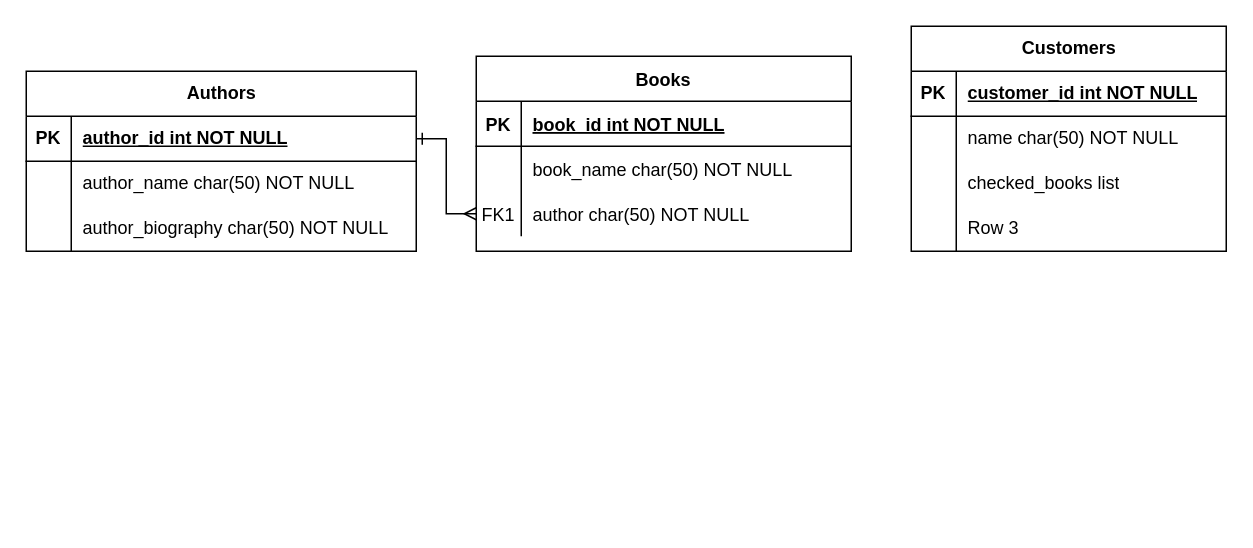
The draw.io diagram Bookhaven-Database.drawio in tkulkarni13/Assignment-Database-Fundamentals, before the edit. Source tidied: cells renumbered, new cells numbered last; positions are measured from the earlier drawing's top-left corner, leaving out a move shared by most shapes. Both pictures are drawn from the tidied source at 150%, with x=0, y=0 at pixel (26, 26).
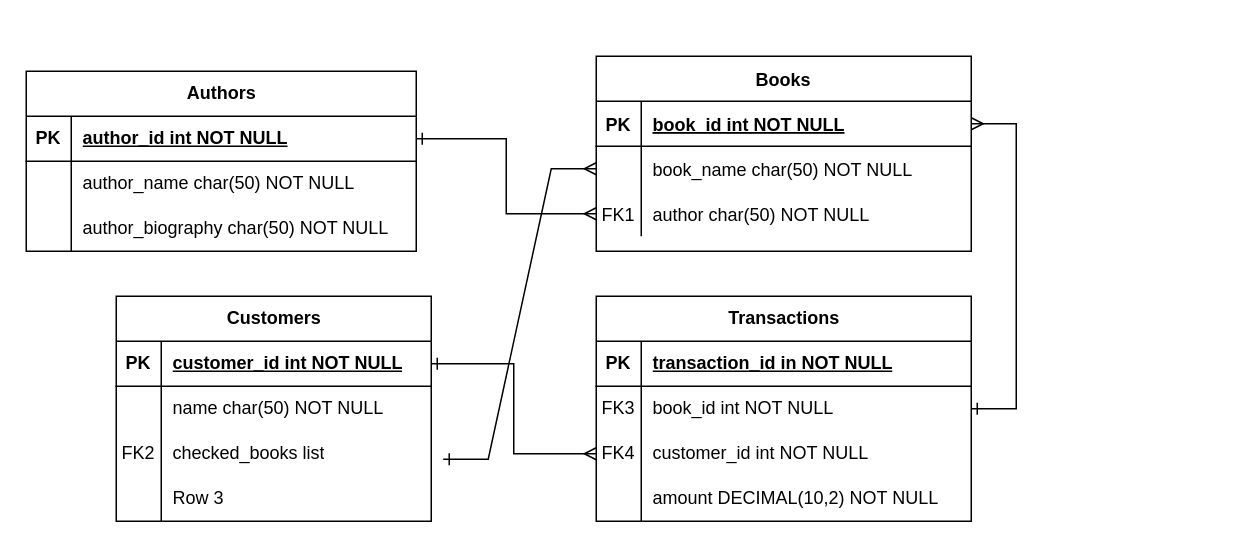
The same page after the edit.

The change refers to these unchanged cells:
```xml
<mxCell id="3" style="shape=partialRectangle;fillColor=none;points=[[0,0.5],[1,0.5]];portConstraint=eastwest;top=0;left=0;right=0;bottom=1;" parent="2" vertex="1">
  <mxGeometry y="30" width="250" height="30" as="geometry" />
</mxCell>
<mxCell id="6" style="shape=partialRectangle;fillColor=none;points=[[0,0.5],[1,0.5]];portConstraint=eastwest;top=0;left=0;right=0;bottom=0;" parent="2" vertex="1">
  <mxGeometry y="60" width="250" height="30" as="geometry" />
</mxCell>
<mxCell id="24" style="shape=tableRow;horizontal=0;startSize=0;swimlaneHead=0;swimlaneBody=0;fillColor=none;points=[[0,0.5],[1,0.5]];portConstraint=eastwest;top=0;left=0;right=0;bottom=1;" parent="23" vertex="1">
  <mxGeometry y="30" width="210" height="30" as="geometry" />
</mxCell>
<mxCell id="30" style="shape=tableRow;horizontal=0;startSize=0;swimlaneHead=0;swimlaneBody=0;fillColor=none;points=[[0,0.5],[1,0.5]];portConstraint=eastwest;top=0;left=0;right=0;bottom=0;" parent="23" vertex="1">
  <mxGeometry y="90" width="210" height="30" as="geometry" />
</mxCell>
```

The edit, as a diff of the source:
```diff
@@
     <mxCell id="2" value="Books" style="shape=table;startSize=30;childLayout=tableLayout;rowLines=0;fontStyle=1;align=center;" parent="1" vertex="1">
-      <mxGeometry x="300" y="20" width="250" height="130" as="geometry" />
+      <mxGeometry x="380" y="20" width="250" height="130" as="geometry" />
     </mxCell>
@@
     <mxCell id="23" value="Customers" style="shape=table;startSize=30;childLayout=tableLayout;rowLines=0;fontStyle=1;align=center;html=1;" parent="1" vertex="1">
-      <mxGeometry x="590" width="210" height="150" as="geometry" />
+      <mxGeometry x="60" y="180" width="210" height="150" as="geometry" />
     </mxCell>
@@
-    <mxCell id="31" style="shape=partialRectangle;fillColor=none;top=0;left=0;bottom=0;right=0;overflow=hidden;whiteSpace=wrap;html=1;" parent="30" vertex="1">
+    <mxCell id="31" value="FK2" style="shape=partialRectangle;fillColor=none;top=0;left=0;bottom=0;right=0;overflow=hidden;whiteSpace=wrap;html=1;" parent="30" vertex="1">
       <mxGeometry width="30" height="30" as="geometry" />
     </mxCell>
@@
+    <mxCell id="36" style="edgeStyle=entityRelationEdgeStyle;fontSize=12;html=1;endArrow=ERmany;rounded=0;entryX=0;entryY=0.5;entryDx=0;entryDy=0;exitX=1.038;exitY=0.622;exitDx=0;exitDy=0;exitPerimeter=0;startArrow=ERone;startFill=0;endFill=0;" parent="1" edge="1" source="30" target="6">
+      <mxGeometry relative="1" as="geometry">
+        <Array as="points">
+          <mxPoint x="290" y="130" />
+        </Array>
+      </mxGeometry>
+    </mxCell>
+    <mxCell id="37" value="Transactions" style="shape=table;startSize=30;childLayout=tableLayout;rowLines=0;fontStyle=1;align=center;html=1;" parent="1" vertex="1">
+      <mxGeometry x="380" y="180" width="250" height="150" as="geometry" />
+    </mxCell>
+    <mxCell id="38" style="shape=tableRow;horizontal=0;startSize=0;swimlaneHead=0;swimlaneBody=0;fillColor=none;top=0;left=0;right=0;bottom=1;" parent="37" vertex="1">
+      <mxGeometry y="30" width="250" height="30" as="geometry" />
+    </mxCell>
+    <mxCell id="39" value="PK" style="shape=partialRectangle;fillColor=none;top=0;left=0;bottom=0;right=0;fontStyle=1;overflow=hidden;whiteSpace=wrap;html=1;" parent="38" vertex="1">
+      <mxGeometry width="30" height="30" as="geometry" />
+    </mxCell>
+    <mxCell id="40" value="transaction_id in NOT NULL" style="shape=partialRectangle;fillColor=none;top=0;left=0;bottom=0;right=0;align=left;spacingLeft=6;fontStyle=5;overflow=hidden;whiteSpace=wrap;html=1;" parent="38" vertex="1">
+      <mxGeometry x="30" width="220" height="30" as="geometry" />
+    </mxCell>
+    <mxCell id="41" style="shape=tableRow;horizontal=0;startSize=0;swimlaneHead=0;swimlaneBody=0;fillColor=none;points=[[0,0.5],[1,0.5]];portConstraint=eastwest;top=0;left=0;right=0;bottom=0;" parent="37" vertex="1">
+      <mxGeometry y="60" width="250" height="30" as="geometry" />
+    </mxCell>
+    <mxCell id="42" value="FK3" style="shape=partialRectangle;fillColor=none;top=0;left=0;bottom=0;right=0;overflow=hidden;whiteSpace=wrap;html=1;" parent="41" vertex="1">
+      <mxGeometry width="30" height="30" as="geometry" />
+    </mxCell>
+    <mxCell id="43" value="book_id int NOT NULL" style="shape=partialRectangle;fillColor=none;top=0;left=0;bottom=0;right=0;align=left;spacingLeft=6;overflow=hidden;whiteSpace=wrap;html=1;" parent="41" vertex="1">
+      <mxGeometry x="30" width="220" height="30" as="geometry" />
+    </mxCell>
+    <mxCell id="44" style="shape=tableRow;horizontal=0;startSize=0;swimlaneHead=0;swimlaneBody=0;fillColor=none;points=[[0,0.5],[1,0.5]];portConstraint=eastwest;top=0;left=0;right=0;bottom=0;" parent="37" vertex="1">
+      <mxGeometry y="90" width="250" height="30" as="geometry" />
+    </mxCell>
+    <mxCell id="45" value="FK4" style="shape=partialRectangle;fillColor=none;top=0;left=0;bottom=0;right=0;overflow=hidden;whiteSpace=wrap;html=1;" parent="44" vertex="1">
+      <mxGeometry width="30" height="30" as="geometry" />
+    </mxCell>
+    <mxCell id="46" value="customer_id int NOT NULL" style="shape=partialRectangle;fillColor=none;top=0;left=0;bottom=0;right=0;align=left;spacingLeft=6;overflow=hidden;whiteSpace=wrap;html=1;" parent="44" vertex="1">
+      <mxGeometry x="30" width="220" height="30" as="geometry" />
+    </mxCell>
+    <mxCell id="47" style="shape=tableRow;horizontal=0;startSize=0;swimlaneHead=0;swimlaneBody=0;fillColor=none;top=0;left=0;right=0;bottom=0;" parent="37" vertex="1">
+      <mxGeometry y="120" width="250" height="30" as="geometry" />
+    </mxCell>
+    <mxCell id="48" style="shape=partialRectangle;fillColor=none;top=0;left=0;bottom=0;right=0;overflow=hidden;whiteSpace=wrap;html=1;" parent="47" vertex="1">
+      <mxGeometry width="30" height="30" as="geometry" />
+    </mxCell>
+    <mxCell id="49" value="amount DECIMAL(10,2) NOT NULL" style="shape=partialRectangle;fillColor=none;top=0;left=0;bottom=0;right=0;align=left;spacingLeft=6;overflow=hidden;whiteSpace=wrap;html=1;" parent="47" vertex="1">
+      <mxGeometry x="30" width="220" height="30" as="geometry" />
+    </mxCell>
+    <mxCell id="50" style="edgeStyle=entityRelationEdgeStyle;fontSize=12;html=1;endArrow=ERmany;endFill=0;rounded=0;entryX=1;entryY=0.5;entryDx=0;entryDy=0;exitX=1;exitY=0.5;exitDx=0;exitDy=0;startArrow=ERone;startFill=0;" parent="1" edge="1" source="41" target="3">
+      <mxGeometry relative="1" as="geometry">
+        <Array as="points">
+          <mxPoint x="330" y="160" />
+          <mxPoint x="670" y="140" />
+          <mxPoint x="650" y="140" />
+        </Array>
+      </mxGeometry>
+    </mxCell>
+    <mxCell id="51" style="edgeStyle=orthogonalEdgeStyle;rounded=0;jettySize=auto;html=1;exitX=1;exitY=0.5;exitDx=0;exitDy=0;entryX=0;entryY=0.5;entryDx=0;entryDy=0;startArrow=ERone;startFill=0;endArrow=ERmany;endFill=0;" parent="1" edge="1" source="24" target="44">
+      <mxGeometry relative="1" as="geometry" />
+    </mxCell>
```
